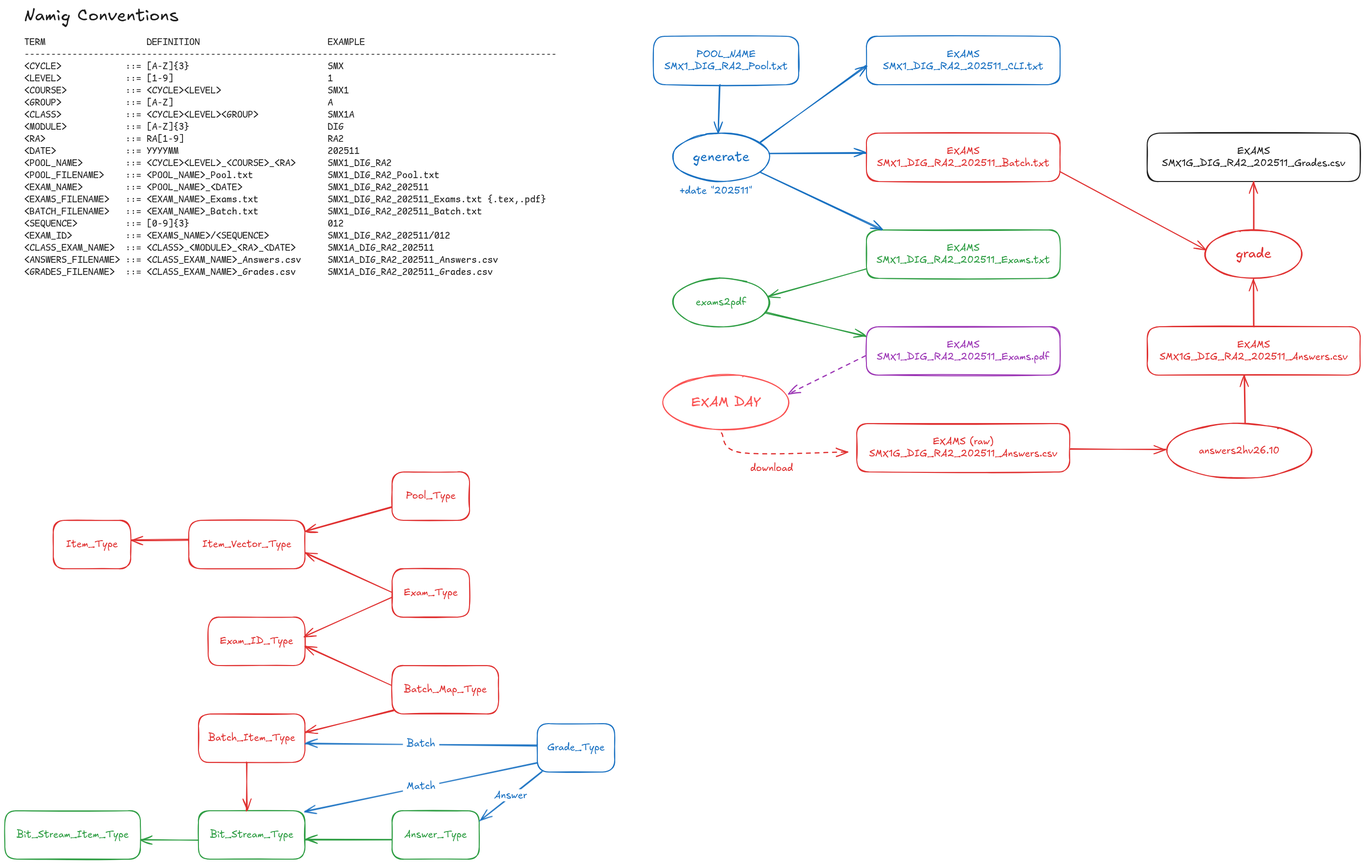
Before: documents.excalidraw.png, a diagram exported from Excalidraw (rocher/hilbert). Source tidied: one line per element, renumbered; positions are measured from the earlier drawing's top-left corner, leaving out a move shared by most shapes.
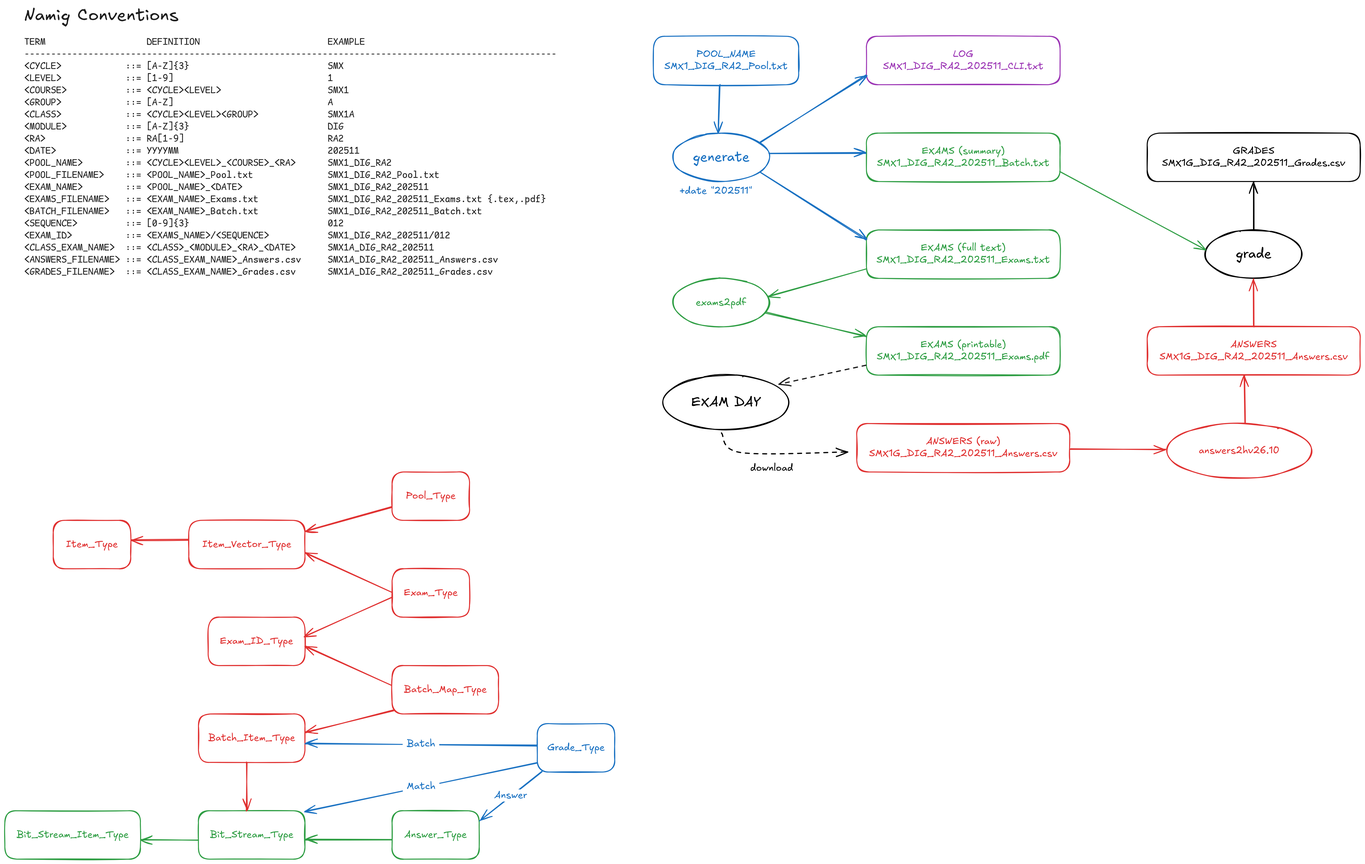
Later version of the same file.

The edit, as a diff of the source:
```diff
@@ -1,39 +1,39 @@
 {"id": 0, "type": "rectangle", "strokeColor": "#1971c2", "strokeWidth": 2, "roughness": 1, "round": true, "x": 1340, "y": 65, "width": 300, "height": 100}
 {"id": 1, "type": "text", "text": "POOL_NAME\nSMX1_DIG_RA2_Pool.txt", "strokeColor": "#1971c2", "strokeWidth": 2, "roughness": 1, "fontSize": 20, "fontFamily": 5, "textAlign": "center", "verticalAlign": "middle", "inside": 0, "x": 1363, "y": 90, "width": 255, "height": 50}
 {"id": 2, "type": "rectangle", "strokeColor": "#2f9e44", "strokeWidth": 2, "roughness": 1, "round": true, "x": 1780, "y": 465, "width": 400, "height": 100}
-{"id": 3, "type": "text", "text": "EXAMS\nSMX1_DIG_RA2_202511_Exams.txt", "strokeColor": "#2f9e44", "strokeWidth": 2, "roughness": 1, "fontSize": 20, "fontFamily": 5, "textAlign": "center", "verticalAlign": "middle", "inside": 2, "x": 1801, "y": 490, "width": 358, "height": 50}
+{"id": 3, "type": "text", "text": "EXAMS (full text)\nSMX1_DIG_RA2_202511_Exams.txt", "strokeColor": "#2f9e44", "strokeWidth": 2, "roughness": 1, "fontSize": 20, "fontFamily": 5, "textAlign": "center", "verticalAlign": "middle", "inside": 2, "x": 1801, "y": 490, "width": 358, "height": 50}
-{"id": 4, "type": "rectangle", "strokeColor": "#e03131", "strokeWidth": 2, "roughness": 1, "round": true, "x": 1780, "y": 265, "width": 400, "height": 100}
+{"id": 4, "type": "rectangle", "strokeColor": "#2f9e44", "strokeWidth": 2, "roughness": 1, "round": true, "x": 1780, "y": 265, "width": 400, "height": 100}
-{"id": 5, "type": "text", "text": "EXAMS\nSMX1_DIG_RA2_202511_Batch.txt", "strokeColor": "#e03131", "strokeWidth": 2, "roughness": 1, "fontSize": 20, "fontFamily": 5, "textAlign": "center", "verticalAlign": "middle", "inside": 4, "x": 1802, "y": 290, "width": 356, "height": 50}
+{"id": 5, "type": "text", "text": "EXAMS (summary)\nSMX1_DIG_RA2_202511_Batch.txt", "strokeColor": "#2f9e44", "strokeWidth": 2, "roughness": 1, "fontSize": 20, "fontFamily": 5, "textAlign": "center", "verticalAlign": "middle", "inside": 4, "x": 1802, "y": 290, "width": 356, "height": 50}
-{"id": 6, "type": "rectangle", "strokeColor": "#1971c2", "strokeWidth": 2, "roughness": 1, "round": true, "x": 1780, "y": 65, "width": 400, "height": 100}
+{"id": 6, "type": "rectangle", "strokeColor": "#9c36b5", "strokeWidth": 2, "roughness": 1, "round": true, "x": 1780, "y": 65, "width": 400, "height": 100}
-{"id": 7, "type": "text", "text": "EXAMS\nSMX1_DIG_RA2_202511_CLI.txt", "strokeColor": "#1971c2", "strokeWidth": 2, "roughness": 1, "fontSize": 20, "fontFamily": 5, "textAlign": "center", "verticalAlign": "middle", "inside": 6, "x": 1814, "y": 90, "width": 331, "height": 50}
+{"id": 7, "type": "text", "text": "LOG\nSMX1_DIG_RA2_202511_CLI.txt", "strokeColor": "#9c36b5", "strokeWidth": 2, "roughness": 1, "fontSize": 20, "fontFamily": 5, "textAlign": "center", "verticalAlign": "middle", "inside": 6, "x": 1814, "y": 90, "width": 331, "height": 50}
 {"id": 8, "type": "rectangle", "strokeColor": "#e03131", "strokeWidth": 2, "roughness": 1, "round": true, "x": 2360, "y": 665, "width": 440, "height": 100}
-{"id": 9, "type": "text", "text": "EXAMS\nSMX1G_DIG_RA2_202511_Answers.csv", "strokeColor": "#e03131", "strokeWidth": 2, "roughness": 1, "fontSize": 20, "fontFamily": 5, "textAlign": "center", "verticalAlign": "middle", "inside": 8, "x": 2386, "y": 690, "width": 389, "height": 50}
+{"id": 9, "type": "text", "text": "ANSWERS\nSMX1G_DIG_RA2_202511_Answers.csv", "strokeColor": "#e03131", "strokeWidth": 2, "roughness": 1, "fontSize": 20, "fontFamily": 5, "textAlign": "center", "verticalAlign": "middle", "inside": 8, "x": 2386, "y": 690, "width": 389, "height": 50}
-{"id": 10, "type": "rectangle", "strokeColor": "#1e1e1e", "strokeWidth": 2, "roughness": 1, "round": true, "x": 2360, "y": 265, "width": 440, "height": 100}
+{"id": 10, "type": "rectangle", "strokeColor": "ffff0", "strokeWidth": 2, "roughness": 1, "round": true, "x": 2360, "y": 265, "width": 440, "height": 100}
-{"id": 11, "type": "text", "text": "EXAMS\nSMX1G_DIG_RA2_202511_Grades.csv", "strokeColor": "#1e1e1e", "strokeWidth": 2, "roughness": 1, "fontSize": 20, "fontFamily": 5, "textAlign": "center", "verticalAlign": "middle", "inside": 10, "x": 2391, "y": 290, "width": 378, "height": 50}
+{"id": 11, "type": "text", "text": "GRADES\nSMX1G_DIG_RA2_202511_Grades.csv", "strokeColor": "ffff0", "strokeWidth": 2, "roughness": 1, "fontSize": 20, "fontFamily": 5, "textAlign": "center", "verticalAlign": "middle", "inside": 10, "x": 2391, "y": 290, "width": 378, "height": 50}
-{"id": 12, "type": "arrow", "strokeColor": "#1971c2", "strokeWidth": 2, "roughness": 1, "endArrowhead": "arrow", "round": true, "from": 18, "to": 2, "x": 1561, "y": 347, "width": 252, "height": 118, "points": [[0, 0], [252, 118]]}
+{"id": 12, "type": "arrow", "strokeColor": "#1971c2", "strokeWidth": 2, "roughness": 1, "endArrowhead": "arrow", "round": true, "from": 18, "to": 2, "x": 1561, "y": 347, "width": 219, "height": 138, "points": [[0, 0], [219, 138]]}
-{"id": 13, "type": "rectangle", "strokeColor": "#9c36b5", "strokeWidth": 2, "roughness": 1, "round": true, "x": 1780, "y": 665, "width": 400, "height": 100}
+{"id": 13, "type": "rectangle", "strokeColor": "#2f9e44", "strokeWidth": 2, "roughness": 1, "round": true, "x": 1780, "y": 665, "width": 400, "height": 100}
-{"id": 14, "type": "text", "text": "EXAMS\nSMX1_DIG_RA2_202511_Exams.pdf", "strokeColor": "#9c36b5", "strokeWidth": 2, "roughness": 1, "fontSize": 20, "fontFamily": 5, "textAlign": "center", "verticalAlign": "middle", "inside": 13, "x": 1802, "y": 690, "width": 357, "height": 50}
+{"id": 14, "type": "text", "text": "EXAMS (printable)\nSMX1_DIG_RA2_202511_Exams.pdf", "strokeColor": "#2f9e44", "strokeWidth": 2, "roughness": 1, "fontSize": 20, "fontFamily": 5, "textAlign": "center", "verticalAlign": "middle", "inside": 13, "x": 1802, "y": 690, "width": 357, "height": 50}
 {"id": 15, "type": "arrow", "strokeColor": "#2f9e44", "strokeWidth": 2, "roughness": 1, "endArrowhead": "arrow", "round": true, "from": 22, "to": 13, "x": 1573, "y": 635, "width": 207, "height": 50, "points": [[0, 0], [207, 50]]}
 {"id": 16, "type": "arrow", "strokeColor": "#1971c2", "strokeWidth": 2, "roughness": 1, "endArrowhead": "arrow", "round": true, "from": 18, "to": 4, "x": 1580, "y": 307, "width": 200, "height": 0, "points": [[0, 0], [200, 0]]}
-{"id": 17, "type": "arrow", "strokeColor": "#1971c2", "strokeWidth": 2, "roughness": 1, "endArrowhead": "arrow", "round": true, "from": 18, "to": 6, "x": 1561, "y": 284, "width": 218, "height": 159, "points": [[0, 0], [218, -159]]}
+{"id": 17, "type": "arrow", "strokeColor": "#1971c2", "strokeWidth": 2, "roughness": 1, "endArrowhead": "arrow", "round": true, "from": 18, "to": 6, "x": 1561, "y": 284, "width": 219, "height": 139, "points": [[0, 0], [219, -139]]}
 {"id": 18, "type": "ellipse", "strokeColor": "#1971c2", "strokeWidth": 2, "roughness": 1, "round": true, "x": 1380, "y": 265, "width": 200, "height": 100}
 {"id": 19, "type": "text", "text": "generate", "strokeColor": "#1971c2", "strokeWidth": 2, "roughness": 1, "fontSize": 28, "fontFamily": 5, "textAlign": "center", "verticalAlign": "middle", "inside": 18, "x": 1421, "y": 298, "width": 117, "height": 35}
-{"id": 20, "type": "ellipse", "strokeColor": "#e03131", "strokeWidth": 2, "roughness": 1, "round": true, "x": 2480, "y": 465, "width": 200, "height": 100}
+{"id": 20, "type": "ellipse", "strokeColor": "ffff0", "strokeWidth": 2, "roughness": 1, "round": true, "x": 2480, "y": 465, "width": 200, "height": 100}
-{"id": 21, "type": "text", "text": "grade", "strokeColor": "#e03131", "strokeWidth": 2, "roughness": 1, "fontSize": 28, "fontFamily": 5, "textAlign": "center", "verticalAlign": "middle", "inside": 20, "x": 2543, "y": 498, "width": 74, "height": 35}
+{"id": 21, "type": "text", "text": "grade", "strokeColor": "ffff0", "strokeWidth": 2, "roughness": 1, "fontSize": 28, "fontFamily": 5, "textAlign": "center", "verticalAlign": "middle", "inside": 20, "x": 2543, "y": 498, "width": 74, "height": 35}
 {"id": 22, "type": "ellipse", "strokeColor": "#2f9e44", "strokeWidth": 2, "roughness": 1, "round": true, "x": 1380, "y": 565, "width": 200, "height": 100}
 {"id": 23, "type": "text", "text": "exams2pdf", "strokeColor": "#2f9e44", "strokeWidth": 2, "roughness": 1, "fontSize": 20, "fontFamily": 5, "textAlign": "center", "verticalAlign": "middle", "inside": 22, "x": 1427, "y": 603, "width": 105, "height": 25}
-{"id": 24, "type": "ellipse", "strokeColor": "#fa5252", "strokeWidth": 2, "roughness": 1, "round": true, "x": 1360, "y": 765, "width": 260, "height": 113}
+{"id": 24, "type": "ellipse", "strokeColor": "ffff0", "strokeWidth": 2, "roughness": 1, "round": true, "x": 1360, "y": 765, "width": 260, "height": 113}
-{"id": 25, "type": "text", "text": "EXAM DAY", "strokeColor": "#fa5252", "strokeWidth": 2, "roughness": 1, "fontSize": 28, "fontFamily": 5, "textAlign": "center", "verticalAlign": "middle", "inside": 24, "x": 1418, "y": 804, "width": 144, "height": 35}
+{"id": 25, "type": "text", "text": "EXAM DAY", "strokeColor": "ffff0", "strokeWidth": 2, "roughness": 1, "fontSize": 28, "fontFamily": 5, "textAlign": "center", "verticalAlign": "middle", "inside": 24, "x": 1418, "y": 804, "width": 144, "height": 35}
 {"id": 26, "type": "ellipse", "strokeColor": "#e03131", "strokeWidth": 2, "roughness": 1, "round": true, "x": 2400, "y": 865, "width": 300, "height": 113}
 {"id": 27, "type": "text", "text": "answers2hv26.10", "strokeColor": "#e03131", "strokeWidth": 2, "roughness": 1, "fontSize": 20, "fontFamily": 5, "textAlign": "center", "verticalAlign": "middle", "inside": 26, "x": 2467, "y": 909, "width": 167, "height": 25}
 {"id": 28, "type": "arrow", "strokeColor": "#1971c2", "strokeWidth": 2, "roughness": 1, "endArrowhead": "arrow", "round": true, "from": 0, "to": 18, "x": 1478, "y": 165, "width": 4, "height": 99, "points": [[0, 0], [-4, 99]]}
 {"id": 29, "type": "arrow", "strokeColor": "#2f9e44", "strokeWidth": 2, "roughness": 1, "endArrowhead": "arrow", "round": true, "from": 2, "to": 22, "x": 1779, "y": 545, "width": 201, "height": 56, "points": [[0, 0], [-201, 56]]}
 {"id": 30, "type": "arrow", "strokeColor": "#e03131", "strokeWidth": 2, "roughness": 1, "endArrowhead": "arrow", "round": true, "from": 26, "to": 8, "x": 2562, "y": 864, "width": 0, "height": 99, "points": [[0, 0], [0, -99]]}
 {"id": 31, "type": "arrow", "strokeColor": "#e03131", "strokeWidth": 2, "roughness": 1, "endArrowhead": "arrow", "round": true, "from": 8, "to": 20, "x": 2580, "y": 665, "width": 0, "height": 99, "points": [[0, 0], [0, -99]]}
-{"id": 32, "type": "arrow", "strokeColor": "#e03131", "strokeWidth": 2, "roughness": 1, "endArrowhead": "arrow", "round": true, "from": 4, "to": 20, "x": 2180, "y": 345, "width": 300, "height": 160, "points": [[0, 0], [300, 160]]}
+{"id": 32, "type": "arrow", "strokeColor": "#2f9e44", "strokeWidth": 2, "roughness": 1, "endArrowhead": "arrow", "round": true, "from": 4, "to": 20, "x": 2180, "y": 345, "width": 300, "height": 160, "points": [[0, 0], [300, 160]]}
-{"id": 33, "type": "arrow", "strokeColor": "#e03131", "strokeWidth": 2, "roughness": 1, "endArrowhead": "arrow", "round": true, "from": 20, "to": 10, "x": 2580, "y": 464, "width": 0, "height": 99, "points": [[0, 0], [0, -99]]}
+{"id": 33, "type": "arrow", "strokeColor": "ffff0", "strokeWidth": 2, "roughness": 1, "endArrowhead": "arrow", "round": true, "from": 20, "to": 10, "x": 2580, "y": 464, "width": 0, "height": 99, "points": [[0, 0], [0, -99]]}
 {"id": 34, "type": "text", "text": "+date \"202511\"", "strokeColor": "#1971c2", "strokeWidth": 2, "roughness": 1, "fontSize": 20, "fontFamily": 5, "textAlign": "center", "x": 1394, "y": 372, "width": 150, "height": 25}
-{"id": 35, "type": "text", "text": "download", "strokeColor": "#e03131", "strokeWidth": 2, "roughness": 1, "fontSize": 20, "fontFamily": 5, "textAlign": "center", "x": 1540, "y": 945, "width": 89, "height": 25}
+{"id": 35, "type": "text", "text": "download", "strokeColor": "ffff0", "strokeWidth": 2, "roughness": 1, "fontSize": 20, "fontFamily": 5, "textAlign": "center", "x": 1540, "y": 945, "width": 89, "height": 25}
 {"id": 36, "type": "text", "text": "TERM                   DEFINITION                        EXAMPLE\n----------------------------------------------------------------------------------------------------\n<CYCLE>            ::= [A-Z]{3}                          SMX\n<LEVEL>            ::= [1-9]                             1\n<COURSE>           ::= <CYCLE><LEVEL>                    SMX1\n<GROUP>            ::= [A-Z]                             A\n<CLASS>            ::= <CYCLE><LEVEL><GROUP>             SMX1A\n<MODULE>           ::= [A-Z]{3}                          DIG\n<RA>               ::= RA[1-9]                           RA2\n<DATE>             ::= YYYYMM                            202511\n<POOL_NAME>        ::= <CYCLE><LEVEL>_<COURSE>_<RA>      SMX1_DIG_RA2\n<POOL_FILENAME>    ::= <POOL_NAME>_Pool.txt              SMX1_DIG_RA2_Pool.txt\n<EXAM_NAME>        ::= <POOL_NAME>_<DATE>                SMX1_DIG_RA2_202511\n<EXAMS_FILENAME>   ::= <EXAM_NAME>_Exams.txt             SMX1_DIG_RA2_202511_Exams.txt {.tex,.pdf}\n<BATCH_FILENAME>   ::= <EXAM_NAME>_Batch.txt             SMX1_DIG_RA2_202511_Batch.txt\n<SEQUENCE>         ::= [0-9]{3}                          012\n<EXAM_ID>          ::= <EXAMS_NAME>/<SEQUENCE>           SMX1_DIG_RA2_202511/012\n<CLASS_EXAM_NAME>  ::= <CLASS>_<MODULE>_<RA>_<DATE>      SMX1A_DIG_RA2_202511\n<ANSWERS_FILENAME> ::= <CLASS_EXAM_NAME>_Answers.csv     SMX1A_DIG_RA2_202511_Answers.csv\n<GRADES_FILENAME>  ::= <CLASS_EXAM_NAME>_Grades.csv      SMX1A_DIG_RA2_202511_Grades.csv", "strokeColor": "#1e1e1e", "strokeWidth": 2, "roughness": 1, "fontSize": 20, "fontFamily": 8, "x": 40, "y": 65, "width": 1100, "height": 500}
 {"id": 37, "type": "text", "text": "Namig Conventions", "strokeColor": "#1e1e1e", "strokeWidth": 2, "roughness": 1, "fontSize": 36, "fontFamily": 5, "x": 40, "y": 0, "width": 319, "height": 45}
 {"id": 38, "type": "rectangle", "strokeColor": "#e03131", "strokeWidth": 2, "roughness": 1, "round": true, "x": 100, "y": 1065, "width": 160, "height": 100}
@@ -74,7 +74,7 @@
 {"id": 73, "type": "arrow", "strokeColor": "#1971c2", "strokeWidth": 2, "roughness": 1, "endArrowhead": "arrow", "round": true, "from": 67, "to": 57, "x": 1100, "y": 1565, "width": 480, "height": 100, "points": [[0, 0], [-480, 100]]}
 {"id": 74, "type": "text", "text": " Match ", "strokeColor": "#1971c2", "strokeWidth": 2, "roughness": 1, "fontSize": 20, "fontFamily": 5, "textAlign": "center", "verticalAlign": "middle", "inside": 73, "x": 1362, "y": 1602, "width": 75, "height": 25}
 {"id": 75, "type": "rectangle", "strokeColor": "#e03131", "strokeWidth": 2, "roughness": 1, "round": true, "x": 1760, "y": 865, "width": 440, "height": 100}
-{"id": 76, "type": "text", "text": "EXAMS (raw)\nSMX1G_DIG_RA2_202511_Answers.csv", "strokeColor": "#e03131", "strokeWidth": 2, "roughness": 1, "fontSize": 20, "fontFamily": 5, "textAlign": "center", "verticalAlign": "middle", "inside": 75, "x": 1786, "y": 890, "width": 389, "height": 50}
+{"id": 76, "type": "text", "text": "ANSWERS (raw)\nSMX1G_DIG_RA2_202511_Answers.csv", "strokeColor": "#e03131", "strokeWidth": 2, "roughness": 1, "fontSize": 20, "fontFamily": 5, "textAlign": "center", "verticalAlign": "middle", "inside": 75, "x": 1786, "y": 890, "width": 389, "height": 50}
 {"id": 77, "type": "arrow", "strokeColor": "#e03131", "strokeWidth": 2, "roughness": 1, "endArrowhead": "arrow", "round": true, "from": 75, "to": 26, "x": 2201, "y": 919, "width": 197, "height": 0, "points": [[0, 0], [197, 0]]}
-{"id": 78, "type": "arrow", "strokeColor": "#e03131", "strokeWidth": 2, "strokeStyle": "dashed", "roughness": 1, "endArrowhead": "arrow", "round": true, "from": 24, "to": 75, "x": 1480, "y": 885, "width": 261, "height": 40, "points": [[0, 0], [40, 40], [261, 40]]}
+{"id": 78, "type": "arrow", "strokeColor": "ffff0", "strokeWidth": 2, "strokeStyle": "dashed", "roughness": 1, "endArrowhead": "arrow", "round": true, "from": 24, "to": 75, "x": 1480, "y": 885, "width": 261, "height": 40, "points": [[0, 0], [40, 40], [261, 40]]}
-{"id": 79, "type": "arrow", "strokeColor": "#9c36b5", "strokeWidth": 2, "strokeStyle": "dashed", "roughness": 1, "endArrowhead": "arrow", "round": true, "from": 13, "to": 24, "x": 1779, "y": 725, "width": 159, "height": 80, "points": [[0, 0], [-159, 80]]}
+{"id": 79, "type": "arrow", "strokeColor": "#1e1e1e", "strokeWidth": 2, "strokeStyle": "dashed", "roughness": 1, "endArrowhead": "arrow", "round": true, "from": 13, "to": 24, "x": 1780, "y": 745, "width": 180, "height": 40, "points": [[0, 0], [-180, 40]]}
```
